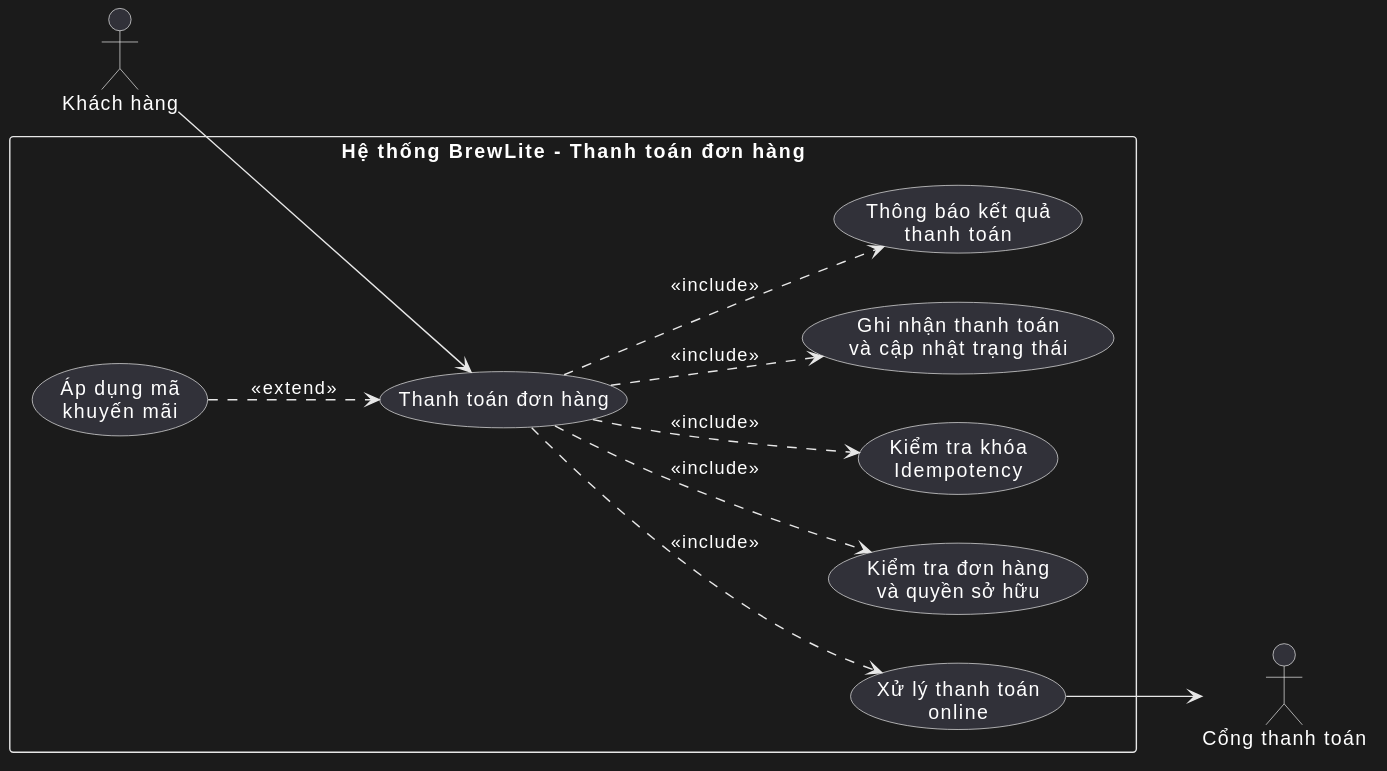
Earlier version of the PlantUML export docs/requirements/use-case-checkout.svg (minhhhao12/brewlite).
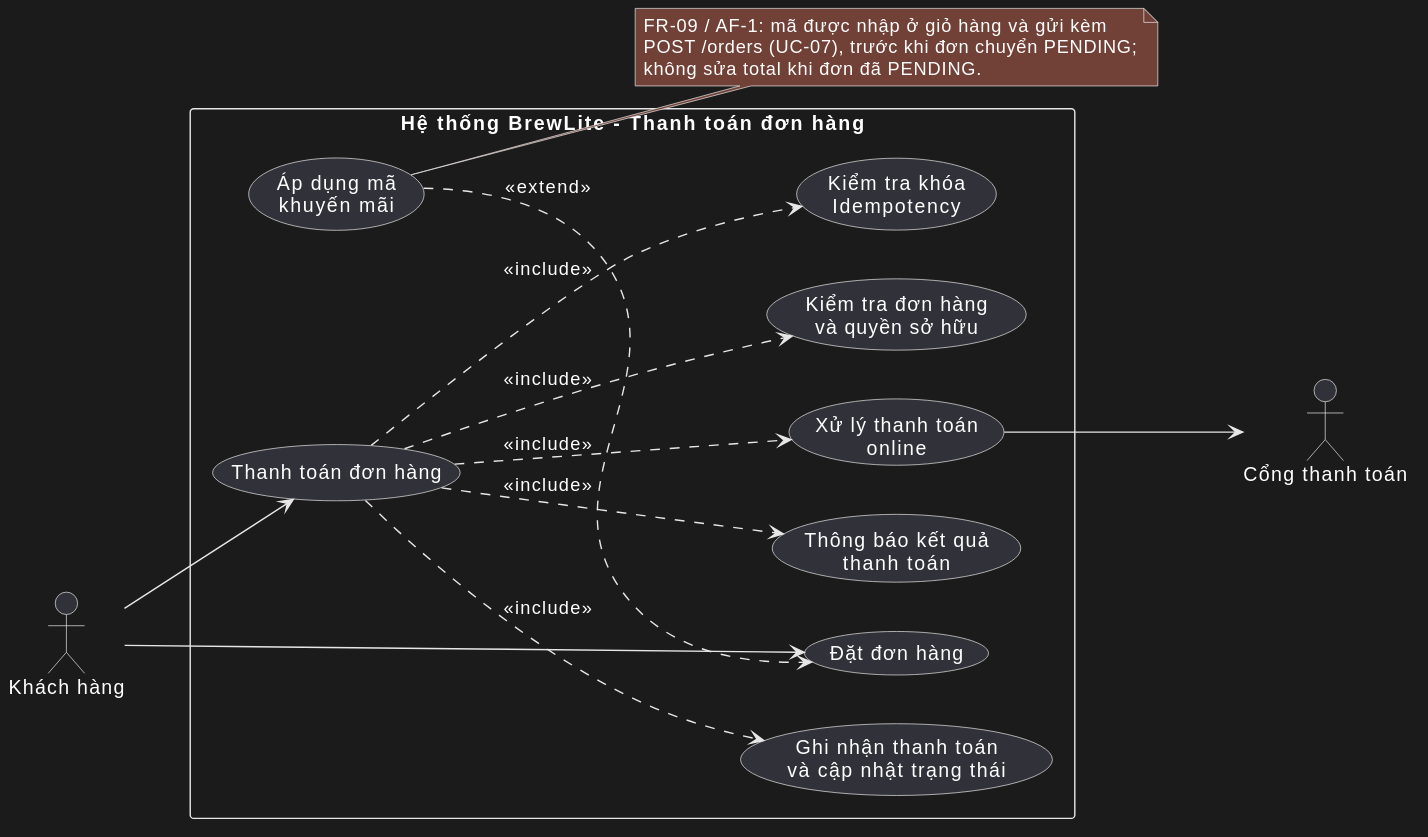
After the commit.

The edit, as a diff of the source:
```diff
@@ -7,30 +7,38 @@
 
 rectangle "Hệ thống BrewLite - Thanh toán đơn hàng" {
 
-    usecase "Thanh toán đơn hàng" as UC9
+    usecase "Đặt đơn hàng" as UC_07
 
-    usecase "Áp dụng mã\nkhuyến mãi" as UCPromo
+    usecase "Thanh toán đơn hàng" as UC_08
 
-    usecase "Xử lý thanh toán\nonline" as UCOnline
+    usecase "Áp dụng mã\nkhuyến mãi" as UC_09
 
-    usecase "Kiểm tra đơn hàng\nvà quyền sở hữu" as UCValidate
+    usecase "Xử lý thanh toán\nonline" as UC_08a
 
-    usecase "Kiểm tra khóa\nIdempotency" as UCIdempotency
+    usecase "Kiểm tra đơn hàng\nvà quyền sở hữu" as UC_08b
 
-    usecase "Ghi nhận thanh toán\nvà cập nhật trạng thái" as UCRecord
+    usecase "Kiểm tra khóa\nIdempotency" as UC_08c
 
-    usecase "Thông báo kết quả\nthanh toán" as UCResult
+    usecase "Ghi nhận thanh toán\nvà cập nhật trạng thái" as UC_08d
+
+    usecase "Thông báo kết quả\nthanh toán" as UC_08e
 }
 
-Customer --> UC9
+Customer --> UC_07
+Customer --> UC_08
 
-UCPromo ..> UC9 : <<extend>>
+UC_09 ..> UC_07 : <<extend>>
+note right of UC_09
+  FR-09 / AF-1: mã được nhập ở giỏ hàng và gửi kèm
+  POST /orders (UC-07), trước khi đơn chuyển PENDING;
+  không sửa total khi đơn đã PENDING.
+end note
 
-UC9 ..> UCValidate : <<include>>
-UC9 ..> UCIdempotency : <<include>>
-UC9 ..> UCOnline : <<include>>
-UC9 ..> UCRecord : <<include>>
-UC9 ..> UCResult : <<include>>
+UC_08 ..> UC_08b : <<include>>
+UC_08 ..> UC_08c : <<include>>
+UC_08 ..> UC_08a : <<include>>
+UC_08 ..> UC_08d : <<include>>
+UC_08 ..> UC_08e : <<include>>
 
-UCOnline --> PaymentGateway
+UC_08a --> PaymentGateway
 @enduml
```
